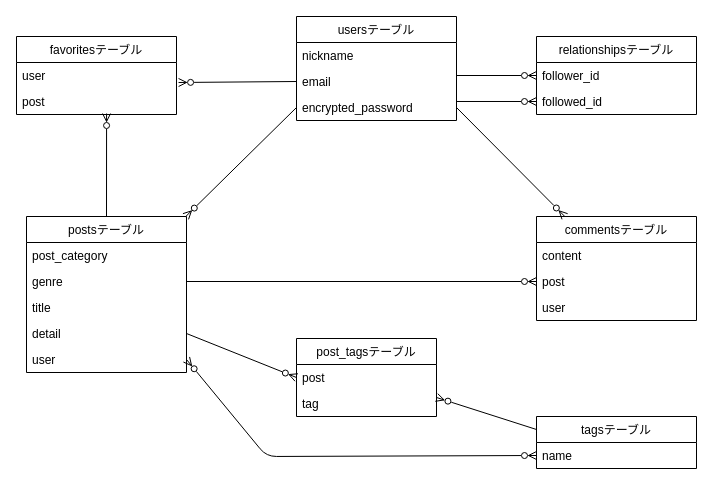
This is test.dio from rilleague/original_app-38048, a draw.io file, before an edit. Source tidied: cells renumbered, new cells numbered last; positions are measured from the earlier drawing's top-left corner, leaving out a move shared by most shapes. Both pictures are drawn from the tidied source at 100%, with x=0, y=0 at pixel (16, 16).
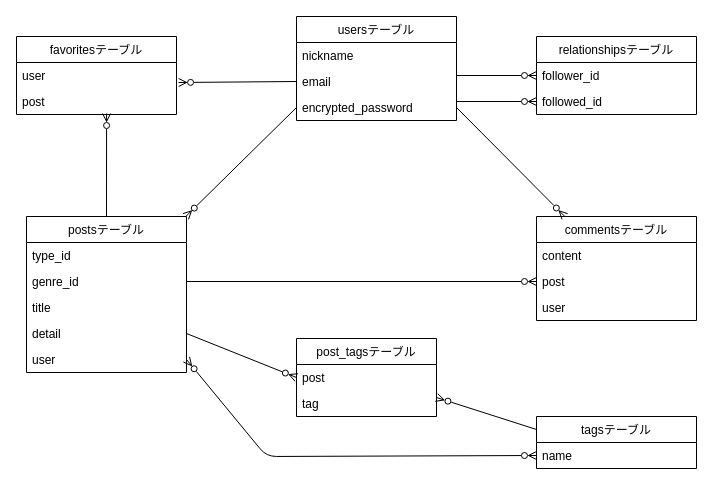
The same page after the edit.

Commit message:
DB設計 // ER図作成　※修正

Unchanged cells that the change refers to:
```xml
<mxCell id="17" value="postsテーブル" style="swimlane;fontStyle=0;horizontal=1;startSize=26;fillColor=none;" parent="1" vertex="1">
  <mxGeometry x="10" y="200" width="160" height="156" as="geometry" />
</mxCell>
```

What changed in the source:
```diff
@@
-    <mxCell id="18" value="post_category" style="text;strokeColor=none;fillColor=none;align=left;verticalAlign=top;spacingLeft=4;spacingRight=4;overflow=hidden;" parent="17" vertex="1">
+    <mxCell id="18" value="type_id" style="text;strokeColor=none;fillColor=none;align=left;verticalAlign=top;spacingLeft=4;spacingRight=4;overflow=hidden;" parent="17" vertex="1">
       <mxGeometry y="26" width="160" height="26" as="geometry" />
     </mxCell>
-    <mxCell id="19" value="genre" style="text;strokeColor=none;fillColor=none;align=left;verticalAlign=top;spacingLeft=4;spacingRight=4;overflow=hidden;points=[[0,0.5],[1,0.5]];portConstraint=eastwest;" parent="17" vertex="1">
+    <mxCell id="19" value="genre_id" style="text;strokeColor=none;fillColor=none;align=left;verticalAlign=top;spacingLeft=4;spacingRight=4;overflow=hidden;points=[[0,0.5],[1,0.5]];portConstraint=eastwest;" parent="17" vertex="1">
       <mxGeometry y="52" width="160" height="26" as="geometry" />
     </mxCell>
```
